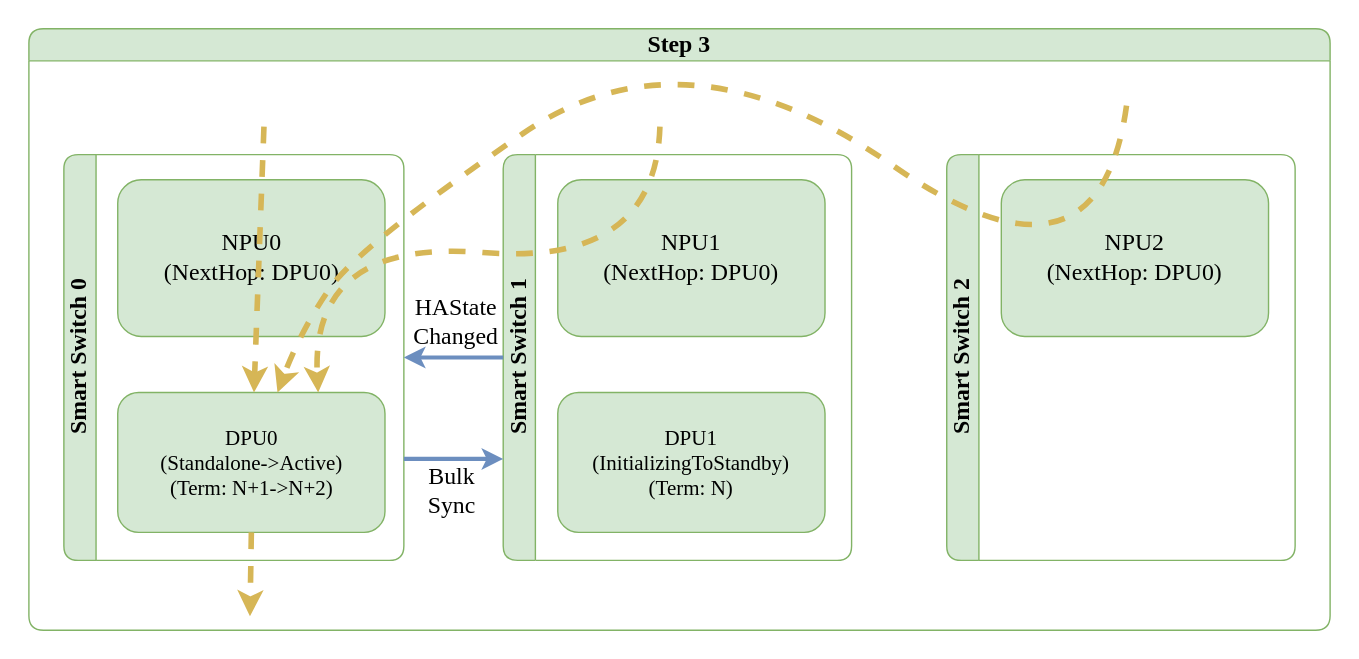
The draw.io diagram doc/smart-switch/high-availability/images/ha-unplanned-events-exit-standalone-step-3.svg in sonic-net/SONiC, before a commit. Source tidied: cells renumbered, new cells last; positions are measured from the earlier drawing's top-left corner, leaving out a move shared by most shapes.
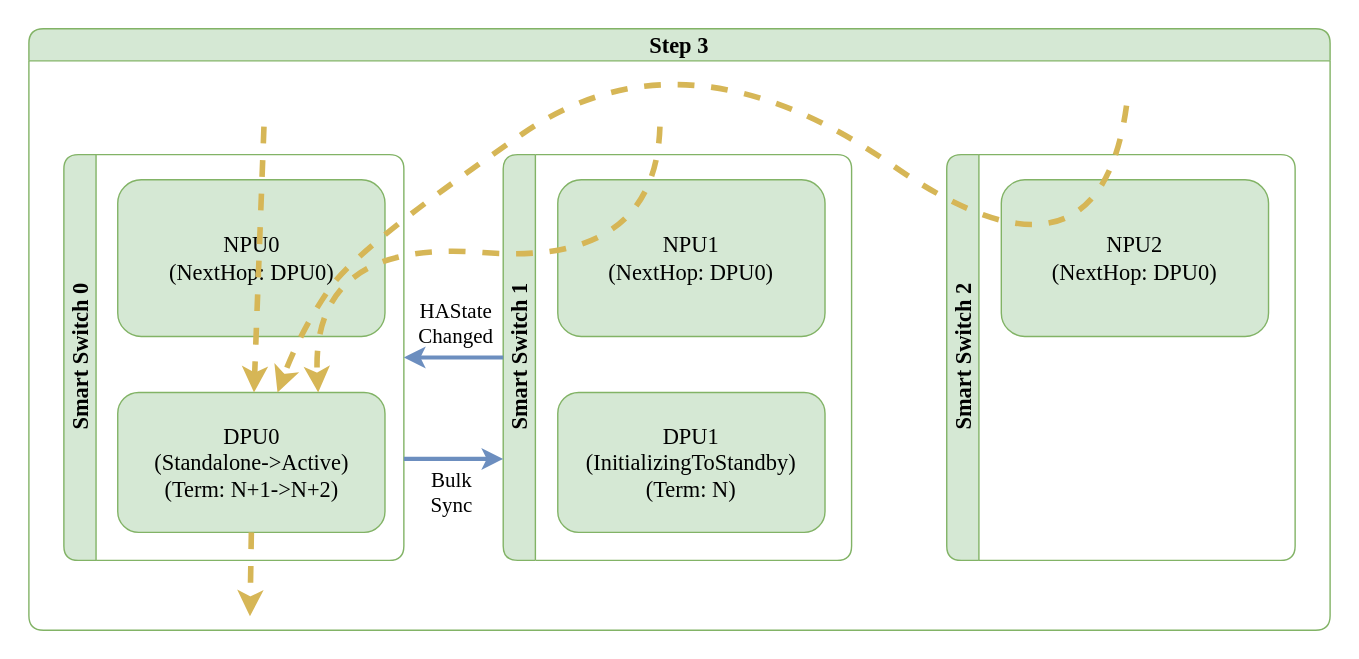
The same diagram one commit later.

Change to the diagram source:
```diff
@@ -2,33 +2,33 @@
   <root>
     <mxCell id="0" />
     <mxCell id="1" parent="0" />
-    <mxCell id="2" value="Step 3" style="swimlane;horizontal=1;whiteSpace=wrap;html=1;rounded=1;labelBorderColor=none;strokeColor=#82b366;fontFamily=Consolas;fontSize=17;startSize=23;fillColor=#d5e8d4;swimlaneFillColor=#FFFFFF;" parent="1" vertex="1">
+    <mxCell id="2" value="Step 3" style="swimlane;horizontal=1;whiteSpace=wrap;html=1;rounded=1;labelBorderColor=none;strokeColor=#82b366;fontFamily=Monaco;fontSize=16;startSize=23;fillColor=#d5e8d4;swimlaneFillColor=#FFFFFF;" parent="1" vertex="1">
       <mxGeometry y="5" width="930" height="430" as="geometry" />
     </mxCell>
-    <mxCell id="3" value="Smart Switch 0" style="swimlane;horizontal=0;whiteSpace=wrap;html=1;rounded=1;labelBorderColor=none;strokeColor=#82b366;fontFamily=Consolas;fontSize=17;startSize=23;fillColor=#d5e8d4;swimlaneFillColor=#FFFFFF;" parent="2" vertex="1">
+    <mxCell id="3" value="Smart Switch 0" style="swimlane;horizontal=0;whiteSpace=wrap;html=1;rounded=1;labelBorderColor=none;strokeColor=#82b366;fontFamily=Monaco;fontSize=16;startSize=23;fillColor=#d5e8d4;swimlaneFillColor=#FFFFFF;" parent="2" vertex="1">
       <mxGeometry x="25" y="90" width="243" height="290" as="geometry" />
     </mxCell>
-    <mxCell id="4" value="NPU0&lt;br style=&quot;font-size: 17px;&quot;&gt;(NextHop: DPU0)" style="rounded=1;whiteSpace=wrap;html=1;strokeColor=#82b366;fontFamily=Consolas;fontSize=17;startSize=23;fillColor=#d5e8d4;fontStyle=0;" parent="3" vertex="1">
+    <mxCell id="4" value="NPU0&lt;br style=&quot;font-size: 16px;&quot;&gt;(NextHop: DPU0)" style="rounded=1;whiteSpace=wrap;html=1;strokeColor=#82b366;fontFamily=Monaco;fontSize=16;startSize=23;fillColor=#d5e8d4;fontStyle=0;" parent="3" vertex="1">
       <mxGeometry x="38.5" y="18" width="191" height="112" as="geometry" />
     </mxCell>
-    <mxCell id="5" value="DPU0&lt;br style=&quot;border-color: var(--border-color); font-size: 15px;&quot;&gt;(Standalone-&amp;gt;Active)&lt;br style=&quot;font-size: 15px;&quot;&gt;(Term: N+1-&amp;gt;N+2)" style="rounded=1;whiteSpace=wrap;html=1;strokeColor=#82b366;fontFamily=Consolas;fontSize=15;startSize=23;fillColor=#d5e8d4;" parent="3" vertex="1">
+    <mxCell id="5" value="DPU0&lt;br style=&quot;border-color: var(--border-color); font-size: 16px;&quot;&gt;(Standalone-&amp;gt;Active)&lt;br style=&quot;font-size: 16px;&quot;&gt;(Term: N+1-&amp;gt;N+2)" style="rounded=1;whiteSpace=wrap;html=1;strokeColor=#82b366;fontFamily=Monaco;fontSize=16;startSize=23;fillColor=#d5e8d4;" parent="3" vertex="1">
       <mxGeometry x="38.5" y="170" width="191" height="100" as="geometry" />
     </mxCell>
-    <mxCell id="6" value="Smart Switch 1" style="swimlane;horizontal=0;whiteSpace=wrap;html=1;rounded=1;labelBorderColor=none;strokeColor=#82b366;fontFamily=Consolas;fontSize=17;startSize=23;fillColor=#d5e8d4;swimlaneFillColor=#FFFFFF;" parent="2" vertex="1">
+    <mxCell id="6" value="Smart Switch 1" style="swimlane;horizontal=0;whiteSpace=wrap;html=1;rounded=1;labelBorderColor=none;strokeColor=#82b366;fontFamily=Monaco;fontSize=16;startSize=23;fillColor=#d5e8d4;swimlaneFillColor=#FFFFFF;" parent="2" vertex="1">
       <mxGeometry x="339" y="90" width="249" height="290" as="geometry" />
     </mxCell>
-    <mxCell id="7" value="NPU1&lt;br style=&quot;font-size: 17px;&quot;&gt;(NextHop: DPU0)" style="rounded=1;whiteSpace=wrap;html=1;strokeColor=#82b366;fontFamily=Consolas;fontSize=17;startSize=23;fillColor=#d5e8d4;" parent="6" vertex="1">
+    <mxCell id="7" value="NPU1&lt;br style=&quot;font-size: 16px;&quot;&gt;(NextHop: DPU0)" style="rounded=1;whiteSpace=wrap;html=1;strokeColor=#82b366;fontFamily=Monaco;fontSize=16;startSize=23;fillColor=#d5e8d4;" parent="6" vertex="1">
       <mxGeometry x="39" y="18" width="191" height="112" as="geometry" />
     </mxCell>
-    <mxCell id="8" value="DPU1&lt;br style=&quot;border-color: var(--border-color); font-size: 15px;&quot;&gt;(InitializingToStandby)&lt;br style=&quot;border-color: var(--border-color); font-size: 15px;&quot;&gt;(Term: N)" style="rounded=1;whiteSpace=wrap;html=1;strokeColor=#82b366;fontFamily=Consolas;fontSize=15;startSize=23;fillColor=#d5e8d4;" parent="6" vertex="1">
+    <mxCell id="8" value="DPU1&lt;br style=&quot;border-color: var(--border-color); font-size: 16px;&quot;&gt;(InitializingToStandby)&lt;br style=&quot;border-color: var(--border-color); font-size: 16px;&quot;&gt;(Term: N)" style="rounded=1;whiteSpace=wrap;html=1;strokeColor=#82b366;fontFamily=Monaco;fontSize=16;startSize=23;fillColor=#d5e8d4;" parent="6" vertex="1">
       <mxGeometry x="39" y="170" width="191" height="100" as="geometry" />
     </mxCell>
-    <mxCell id="9" style="curved=1;endArrow=classic;html=1;rounded=0;fillColor=#fff2cc;strokeColor=#d6b656;strokeWidth=4;dashed=1;endFill=1;fontFamily=Consolas;fontSize=17;" parent="2" edge="1" target="5">
+    <mxCell id="9" style="curved=1;endArrow=classic;html=1;rounded=0;fillColor=#fff2cc;strokeColor=#d6b656;strokeWidth=4;dashed=1;endFill=1;fontFamily=Monaco;fontSize=16;" parent="2" edge="1" target="5">
       <mxGeometry relative="1" as="geometry">
         <mxPoint x="168" y="70" as="sourcePoint" />
       </mxGeometry>
     </mxCell>
-    <mxCell id="10" style="curved=1;endArrow=classic;html=1;rounded=0;entryX=0.75;entryY=0;entryDx=0;entryDy=0;fillColor=#fff2cc;strokeColor=#d6b656;strokeWidth=4;dashed=1;endFill=1;fontFamily=Consolas;fontSize=17;" parent="2" edge="1" target="5">
+    <mxCell id="10" style="curved=1;endArrow=classic;html=1;rounded=0;entryX=0.75;entryY=0;entryDx=0;entryDy=0;fillColor=#fff2cc;strokeColor=#d6b656;strokeWidth=4;dashed=1;endFill=1;fontFamily=Monaco;fontSize=16;" parent="2" edge="1" target="5">
       <mxGeometry relative="1" as="geometry">
         <mxPoint x="451" y="70" as="sourcePoint" />
         <Array as="points">
@@ -37,26 +37,26 @@
         </Array>
       </mxGeometry>
     </mxCell>
-    <mxCell id="11" style="endArrow=classic;html=1;rounded=0;fillColor=#fff2cc;strokeColor=#d6b656;strokeWidth=4;dashed=1;endFill=1;exitX=0.5;exitY=1;exitDx=0;exitDy=0;fontFamily=Consolas;fontSize=17;" parent="2" edge="1" source="5">
+    <mxCell id="11" style="endArrow=classic;html=1;rounded=0;fillColor=#fff2cc;strokeColor=#d6b656;strokeWidth=4;dashed=1;endFill=1;exitX=0.5;exitY=1;exitDx=0;exitDy=0;fontFamily=Monaco;fontSize=16;" parent="2" edge="1" source="5">
       <mxGeometry relative="1" as="geometry">
         <mxPoint x="158" y="420" as="targetPoint" />
       </mxGeometry>
     </mxCell>
-    <mxCell id="12" value="Smart Switch 2" style="swimlane;horizontal=0;whiteSpace=wrap;html=1;rounded=1;labelBorderColor=none;strokeColor=#82b366;fontFamily=Consolas;fontSize=17;startSize=23;fillColor=#d5e8d4;swimlaneFillColor=#FFFFFF;" parent="2" vertex="1">
+    <mxCell id="12" value="Smart Switch 2" style="swimlane;horizontal=0;whiteSpace=wrap;html=1;rounded=1;labelBorderColor=none;strokeColor=#82b366;fontFamily=Monaco;fontSize=16;startSize=23;fillColor=#d5e8d4;swimlaneFillColor=#FFFFFF;" parent="2" vertex="1">
       <mxGeometry x="656" y="90" width="249" height="290" as="geometry" />
     </mxCell>
-    <mxCell id="13" value="NPU2&lt;br style=&quot;font-size: 17px;&quot;&gt;(NextHop: DPU0)" style="rounded=1;whiteSpace=wrap;html=1;strokeColor=#82b366;fontFamily=Consolas;fontSize=17;startSize=23;fillColor=#d5e8d4;" parent="12" vertex="1">
+    <mxCell id="13" value="NPU2&lt;br style=&quot;font-size: 16px;&quot;&gt;(NextHop: DPU0)" style="rounded=1;whiteSpace=wrap;html=1;strokeColor=#82b366;fontFamily=Monaco;fontSize=16;startSize=23;fillColor=#d5e8d4;" parent="12" vertex="1">
       <mxGeometry x="39" y="18" width="191" height="112" as="geometry" />
     </mxCell>
-    <mxCell id="14" value="HAState&lt;br style=&quot;font-size: 17px;&quot;&gt;Changed" style="endArrow=none;startArrow=classic;html=1;fillColor=#dae8fc;strokeColor=#6c8ebf;strokeWidth=3;fontFamily=Consolas;fontSize=17;startFill=1;endFill=0;labelBackgroundColor=none;curved=1;exitX=1;exitY=0.5;exitDx=0;exitDy=0;entryX=0;entryY=0.5;entryDx=0;entryDy=0;fontStyle=0;" parent="2" edge="1" source="3" target="6">
+    <mxCell id="14" value="HAState&lt;br style=&quot;font-size: 15px;&quot;&gt;Changed" style="endArrow=none;startArrow=classic;html=1;fillColor=#dae8fc;strokeColor=#6c8ebf;strokeWidth=3;fontFamily=Monaco;fontSize=15;startFill=1;endFill=0;labelBackgroundColor=none;curved=1;exitX=1;exitY=0.5;exitDx=0;exitDy=0;entryX=0;entryY=0.5;entryDx=0;entryDy=0;fontStyle=0;" parent="2" edge="1" source="3" target="6">
       <mxGeometry x="0.04" y="25" relative="1" as="geometry" />
     </mxCell>
-    <mxCell id="15" value="Bulk&lt;br style=&quot;font-size: 17px;&quot;&gt;Sync" style="endArrow=classic;startArrow=none;html=1;fillColor=#dae8fc;strokeColor=#6c8ebf;strokeWidth=3;fontFamily=Consolas;fontSize=17;startFill=0;endFill=1;labelBackgroundColor=none;curved=1;exitX=1;exitY=0.75;exitDx=0;exitDy=0;entryX=0;entryY=0.75;entryDx=0;entryDy=0;" parent="2" edge="1" source="3" target="6">
+    <mxCell id="15" value="Bulk&lt;br style=&quot;font-size: 15px;&quot;&gt;Sync" style="endArrow=classic;startArrow=none;html=1;fillColor=#dae8fc;strokeColor=#6c8ebf;strokeWidth=3;fontFamily=Monaco;fontSize=15;startFill=0;endFill=1;labelBackgroundColor=none;curved=1;exitX=1;exitY=0.75;exitDx=0;exitDy=0;entryX=0;entryY=0.75;entryDx=0;entryDy=0;" parent="2" edge="1" source="3" target="6">
       <mxGeometry x="-0.06" y="-22" relative="1" as="geometry">
         <mxPoint y="1" as="offset" />
       </mxGeometry>
     </mxCell>
-    <mxCell id="16" style="curved=1;endArrow=classic;html=1;rounded=0;fillColor=#fff2cc;strokeColor=#d6b656;strokeWidth=4;dashed=1;endFill=1;fontFamily=Consolas;fontSize=17;" parent="2" edge="1" target="5">
+    <mxCell id="16" style="curved=1;endArrow=classic;html=1;rounded=0;fillColor=#fff2cc;strokeColor=#d6b656;strokeWidth=4;dashed=1;endFill=1;fontFamily=Monaco;fontSize=16;" parent="2" edge="1" target="5">
       <mxGeometry relative="1" as="geometry">
         <mxPoint x="784.5" y="55" as="sourcePoint" />
         <Array as="points">
```
